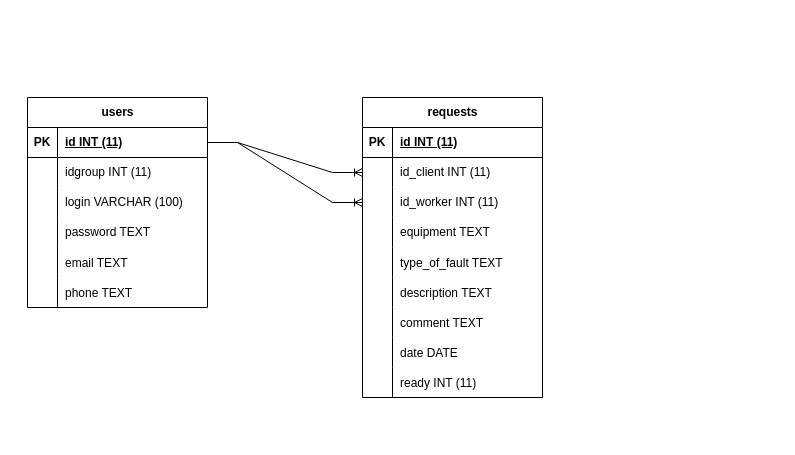
Earlier version of the draw.io diagram er/er.drawio (TvoiiSon/PM01). Source tidied: cells renumbered, new cells numbered last; positions are measured from the earlier drawing's top-left corner, leaving out a move shared by most shapes. Both pictures are drawn from the tidied source at 100%, with x=0, y=0 at pixel (27, 97).
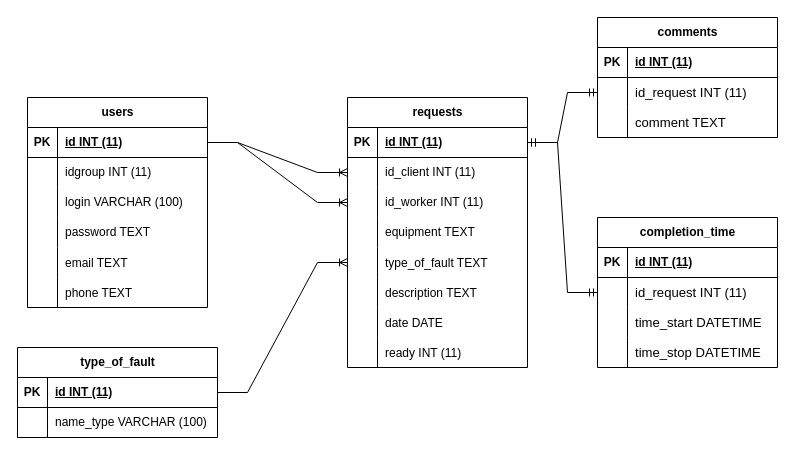
After the change.

Commit message (it also covers changes not shown here):
draw new er diagram

The change refers to these unchanged cells:
```xml
<mxCell id="3" style="shape=tableRow;horizontal=0;startSize=0;swimlaneHead=0;swimlaneBody=0;fillColor=none;points=[[0,0.5],[1,0.5]];portConstraint=eastwest;top=0;left=0;right=0;bottom=1;" parent="2" vertex="1">
  <mxGeometry y="30" width="180" height="30" as="geometry" />
</mxCell>
<mxCell id="15" style="shape=tableRow;horizontal=0;startSize=0;swimlaneHead=0;swimlaneBody=0;fillColor=none;points=[[0,0.5],[1,0.5]];portConstraint=eastwest;top=0;left=0;right=0;bottom=0;" parent="2" vertex="1">
  <mxGeometry y="150" width="180" height="30" as="geometry" />
</mxCell>
```

What changed in the source:
```diff
@@
     <mxCell id="2" value="requests" style="shape=table;startSize=30;childLayout=tableLayout;rowLines=0;fontStyle=1;align=center;html=1;" parent="1" vertex="1">
-      <mxGeometry x="335" width="180" height="300" as="geometry" />
+      <mxGeometry x="320" width="180" height="270" as="geometry" />
     </mxCell>
@@
-    <mxCell id="21" style="shape=tableRow;horizontal=0;startSize=0;swimlaneHead=0;swimlaneBody=0;fillColor=none;top=0;left=0;right=0;bottom=0;" parent="2" vertex="1">
-      <mxGeometry y="210" width="180" height="30" as="geometry" />
-    </mxCell>
-    <mxCell id="22" style="shape=partialRectangle;fillColor=none;top=0;left=0;bottom=0;right=0;overflow=hidden;" parent="21" vertex="1">
-      <mxGeometry width="30" height="30" as="geometry" />
-    </mxCell>
-    <mxCell id="23" value="comment TEXT" style="shape=partialRectangle;fillColor=none;top=0;left=0;bottom=0;right=0;align=left;spacingLeft=6;overflow=hidden;" parent="21" vertex="1">
-      <mxGeometry x="30" width="150" height="30" as="geometry" />
-    </mxCell>
     <mxCell id="24" style="shape=tableRow;horizontal=0;startSize=0;swimlaneHead=0;swimlaneBody=0;fillColor=none;top=0;left=0;right=0;bottom=0;" parent="2" vertex="1">
-      <mxGeometry y="240" width="180" height="30" as="geometry" />
+      <mxGeometry y="210" width="180" height="30" as="geometry" />
     </mxCell>
@@
     <mxCell id="27" style="shape=tableRow;horizontal=0;startSize=0;swimlaneHead=0;swimlaneBody=0;fillColor=none;top=0;left=0;right=0;bottom=0;" parent="2" vertex="1">
-      <mxGeometry y="270" width="180" height="30" as="geometry" />
+      <mxGeometry y="240" width="180" height="30" as="geometry" />
     </mxCell>
@@
+    <mxCell id="51" value="type_of_fault" style="shape=table;startSize=30;childLayout=tableLayout;rowLines=0;fontStyle=1;align=center;html=1;" parent="1" vertex="1">
+      <mxGeometry x="-10" y="250" width="200" height="90" as="geometry" />
+    </mxCell>
+    <mxCell id="52" style="shape=tableRow;horizontal=0;startSize=0;swimlaneHead=0;swimlaneBody=0;fillColor=none;points=[[0,0.5],[1,0.5]];portConstraint=eastwest;top=0;left=0;right=0;bottom=1;" parent="51" vertex="1">
+      <mxGeometry y="30" width="200" height="30" as="geometry" />
+    </mxCell>
+    <mxCell id="53" value="PK" style="shape=partialRectangle;fillColor=none;top=0;left=0;bottom=0;right=0;fontStyle=1;overflow=hidden;whiteSpace=wrap;html=1;" parent="52" vertex="1">
+      <mxGeometry width="30" height="30" as="geometry" />
+    </mxCell>
+    <mxCell id="54" value="id INT (11)" style="shape=partialRectangle;fillColor=none;top=0;left=0;bottom=0;right=0;align=left;spacingLeft=6;fontStyle=5;overflow=hidden;whiteSpace=wrap;html=1;" parent="52" vertex="1">
+      <mxGeometry x="30" width="170" height="30" as="geometry" />
+    </mxCell>
+    <mxCell id="55" style="shape=tableRow;horizontal=0;startSize=0;swimlaneHead=0;swimlaneBody=0;fillColor=none;top=0;left=0;right=0;bottom=0;" parent="51" vertex="1">
+      <mxGeometry y="60" width="200" height="30" as="geometry" />
+    </mxCell>
+    <mxCell id="56" style="shape=partialRectangle;fillColor=none;top=0;left=0;bottom=0;right=0;overflow=hidden;whiteSpace=wrap;html=1;" parent="55" vertex="1">
+      <mxGeometry width="30" height="30" as="geometry" />
+    </mxCell>
+    <mxCell id="57" value="name_type VARCHAR (100)" style="shape=partialRectangle;fillColor=none;top=0;left=0;bottom=0;right=0;align=left;spacingLeft=6;overflow=hidden;whiteSpace=wrap;html=1;" parent="55" vertex="1">
+      <mxGeometry x="30" width="170" height="30" as="geometry" />
+    </mxCell>
+    <mxCell id="58" value="completion_time" style="shape=table;startSize=30;childLayout=tableLayout;rowLines=0;fontStyle=1;align=center;html=1;" parent="1" vertex="1">
+      <mxGeometry x="570" y="120" width="180" height="150" as="geometry" />
+    </mxCell>
+    <mxCell id="59" style="shape=tableRow;horizontal=0;startSize=0;swimlaneHead=0;swimlaneBody=0;fillColor=none;top=0;left=0;right=0;bottom=1;" parent="58" vertex="1">
+      <mxGeometry y="30" width="180" height="30" as="geometry" />
+    </mxCell>
+    <mxCell id="60" value="PK" style="shape=partialRectangle;fillColor=none;top=0;left=0;bottom=0;right=0;fontStyle=1;overflow=hidden;whiteSpace=wrap;html=1;" parent="59" vertex="1">
+      <mxGeometry width="30" height="30" as="geometry" />
+    </mxCell>
+    <mxCell id="61" value="id INT (11)" style="shape=partialRectangle;fillColor=none;top=0;left=0;bottom=0;right=0;align=left;spacingLeft=6;fontStyle=5;overflow=hidden;whiteSpace=wrap;html=1;" parent="59" vertex="1">
+      <mxGeometry x="30" width="150" height="30" as="geometry" />
+    </mxCell>
+    <mxCell id="62" style="shape=tableRow;horizontal=0;startSize=0;swimlaneHead=0;swimlaneBody=0;fillColor=none;points=[[0,0.5],[1,0.5]];portConstraint=eastwest;top=0;left=0;right=0;bottom=0;" parent="58" vertex="1">
+      <mxGeometry y="60" width="180" height="30" as="geometry" />
+    </mxCell>
+    <mxCell id="63" style="shape=partialRectangle;fillColor=none;top=0;left=0;bottom=0;right=0;overflow=hidden;whiteSpace=wrap;html=1;" parent="62" vertex="1">
+      <mxGeometry width="30" height="30" as="geometry" />
+    </mxCell>
+    <mxCell id="64" value="&lt;span style=&quot;font-family: sans-serif; font-size: 13.12px; text-wrap: nowrap; background-color: rgb(255, 255, 255);&quot;&gt;id_request INT (11)&lt;/span&gt;" style="shape=partialRectangle;fillColor=none;top=0;left=0;bottom=0;right=0;align=left;spacingLeft=6;overflow=hidden;whiteSpace=wrap;html=1;" parent="62" vertex="1">
+      <mxGeometry x="30" width="150" height="30" as="geometry" />
+    </mxCell>
+    <mxCell id="65" style="shape=tableRow;horizontal=0;startSize=0;swimlaneHead=0;swimlaneBody=0;fillColor=none;top=0;left=0;right=0;bottom=0;" parent="58" vertex="1">
+      <mxGeometry y="90" width="180" height="30" as="geometry" />
+    </mxCell>
+    <mxCell id="66" style="shape=partialRectangle;fillColor=none;top=0;left=0;bottom=0;right=0;overflow=hidden;whiteSpace=wrap;html=1;" parent="65" vertex="1">
+      <mxGeometry width="30" height="30" as="geometry" />
+    </mxCell>
+    <mxCell id="67" value="&lt;span style=&quot;font-family: sans-serif; font-size: 13.12px; text-wrap: nowrap; background-color: rgb(255, 255, 255);&quot;&gt;time_start DATETIME&lt;/span&gt;" style="shape=partialRectangle;fillColor=none;top=0;left=0;bottom=0;right=0;align=left;spacingLeft=6;overflow=hidden;whiteSpace=wrap;html=1;" parent="65" vertex="1">
+      <mxGeometry x="30" width="150" height="30" as="geometry" />
+    </mxCell>
+    <mxCell id="68" style="shape=tableRow;horizontal=0;startSize=0;swimlaneHead=0;swimlaneBody=0;fillColor=none;top=0;left=0;right=0;bottom=0;" parent="58" vertex="1">
+      <mxGeometry y="120" width="180" height="30" as="geometry" />
+    </mxCell>
+    <mxCell id="69" style="shape=partialRectangle;fillColor=none;top=0;left=0;bottom=0;right=0;overflow=hidden;whiteSpace=wrap;html=1;" parent="68" vertex="1">
+      <mxGeometry width="30" height="30" as="geometry" />
+    </mxCell>
+    <mxCell id="70" value="&lt;span style=&quot;font-family: sans-serif; font-size: 13.12px; text-wrap: nowrap; background-color: rgb(255, 255, 255);&quot;&gt;time_stop DATE&lt;/span&gt;&lt;span style=&quot;font-family: sans-serif; font-size: 13.12px; text-wrap: nowrap; background-color: rgb(255, 255, 255);&quot;&gt;TIME&lt;/span&gt;" style="shape=partialRectangle;fillColor=none;top=0;left=0;bottom=0;right=0;align=left;spacingLeft=6;overflow=hidden;whiteSpace=wrap;html=1;" parent="68" vertex="1">
+      <mxGeometry x="30" width="150" height="30" as="geometry" />
+    </mxCell>
+    <mxCell id="71" value="comments" style="shape=table;startSize=30;childLayout=tableLayout;rowLines=0;fontStyle=1;align=center;html=1;" parent="1" vertex="1">
+      <mxGeometry x="570" y="-80" width="180" height="120" as="geometry" />
+    </mxCell>
+    <mxCell id="72" style="shape=tableRow;horizontal=0;startSize=0;swimlaneHead=0;swimlaneBody=0;fillColor=none;top=0;left=0;right=0;bottom=1;" parent="71" vertex="1">
+      <mxGeometry y="30" width="180" height="30" as="geometry" />
+    </mxCell>
+    <mxCell id="73" value="PK" style="shape=partialRectangle;fillColor=none;top=0;left=0;bottom=0;right=0;fontStyle=1;overflow=hidden;whiteSpace=wrap;html=1;" parent="72" vertex="1">
+      <mxGeometry width="30" height="30" as="geometry" />
+    </mxCell>
+    <mxCell id="74" value="id INT (11)" style="shape=partialRectangle;fillColor=none;top=0;left=0;bottom=0;right=0;align=left;spacingLeft=6;fontStyle=5;overflow=hidden;whiteSpace=wrap;html=1;" parent="72" vertex="1">
+      <mxGeometry x="30" width="150" height="30" as="geometry" />
+    </mxCell>
+    <mxCell id="75" style="shape=tableRow;horizontal=0;startSize=0;swimlaneHead=0;swimlaneBody=0;fillColor=none;points=[[0,0.5],[1,0.5]];portConstraint=eastwest;top=0;left=0;right=0;bottom=0;" parent="71" vertex="1">
+      <mxGeometry y="60" width="180" height="30" as="geometry" />
+    </mxCell>
+    <mxCell id="76" style="shape=partialRectangle;fillColor=none;top=0;left=0;bottom=0;right=0;overflow=hidden;whiteSpace=wrap;html=1;" parent="75" vertex="1">
+      <mxGeometry width="30" height="30" as="geometry" />
+    </mxCell>
+    <mxCell id="77" value="&lt;span style=&quot;font-family: sans-serif; font-size: 13.12px; text-wrap: nowrap; background-color: rgb(255, 255, 255);&quot;&gt;id_request INT (11)&lt;/span&gt;" style="shape=partialRectangle;fillColor=none;top=0;left=0;bottom=0;right=0;align=left;spacingLeft=6;overflow=hidden;whiteSpace=wrap;html=1;" parent="75" vertex="1">
+      <mxGeometry x="30" width="150" height="30" as="geometry" />
+    </mxCell>
+    <mxCell id="78" style="shape=tableRow;horizontal=0;startSize=0;swimlaneHead=0;swimlaneBody=0;fillColor=none;top=0;left=0;right=0;bottom=0;" parent="71" vertex="1">
+      <mxGeometry y="90" width="180" height="30" as="geometry" />
+    </mxCell>
+    <mxCell id="79" style="shape=partialRectangle;fillColor=none;top=0;left=0;bottom=0;right=0;overflow=hidden;whiteSpace=wrap;html=1;" parent="78" vertex="1">
+      <mxGeometry width="30" height="30" as="geometry" />
+    </mxCell>
+    <mxCell id="23" value="&lt;span style=&quot;font-family: sans-serif; font-size: 13.12px; text-wrap: nowrap; background-color: rgb(255, 255, 255);&quot;&gt;comment TEXT&lt;/span&gt;" style="shape=partialRectangle;fillColor=none;top=0;left=0;bottom=0;right=0;align=left;spacingLeft=6;overflow=hidden;whiteSpace=wrap;html=1;" parent="78" vertex="1">
+      <mxGeometry x="30" width="150" height="30" as="geometry" />
+    </mxCell>
+    <mxCell id="80" style="edgeStyle=entityRelationEdgeStyle;fontSize=12;html=1;endArrow=ERoneToMany;rounded=0;exitX=1;exitY=0.5;exitDx=0;exitDy=0;entryX=0;entryY=0.5;entryDx=0;entryDy=0;" parent="1" edge="1" source="52" target="15">
+      <mxGeometry relative="1" as="geometry" />
+    </mxCell>
+    <mxCell id="81" style="edgeStyle=entityRelationEdgeStyle;fontSize=12;html=1;endArrow=ERmandOne;startArrow=ERmandOne;rounded=0;entryX=0;entryY=0.5;entryDx=0;entryDy=0;exitX=1;exitY=0.5;exitDx=0;exitDy=0;" parent="1" edge="1" source="3" target="75">
+      <mxGeometry relative="1" as="geometry" />
+    </mxCell>
+    <mxCell id="82" style="edgeStyle=entityRelationEdgeStyle;fontSize=12;html=1;endArrow=ERmandOne;startArrow=ERmandOne;rounded=0;entryX=0;entryY=0.5;entryDx=0;entryDy=0;exitX=1;exitY=0.5;exitDx=0;exitDy=0;" parent="1" edge="1" source="3" target="62">
+      <mxGeometry relative="1" as="geometry" />
+    </mxCell>
```
